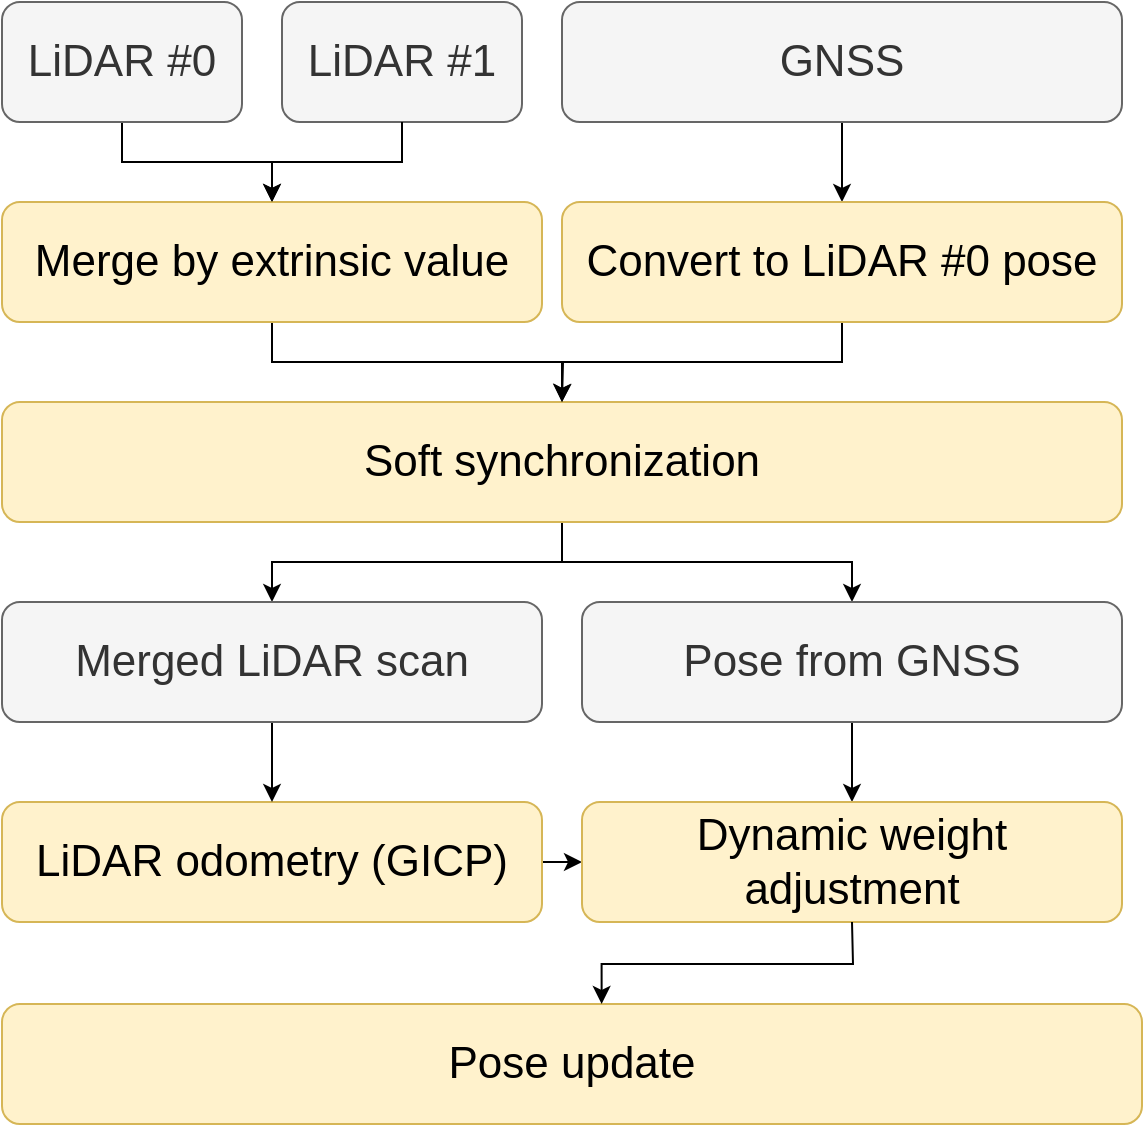
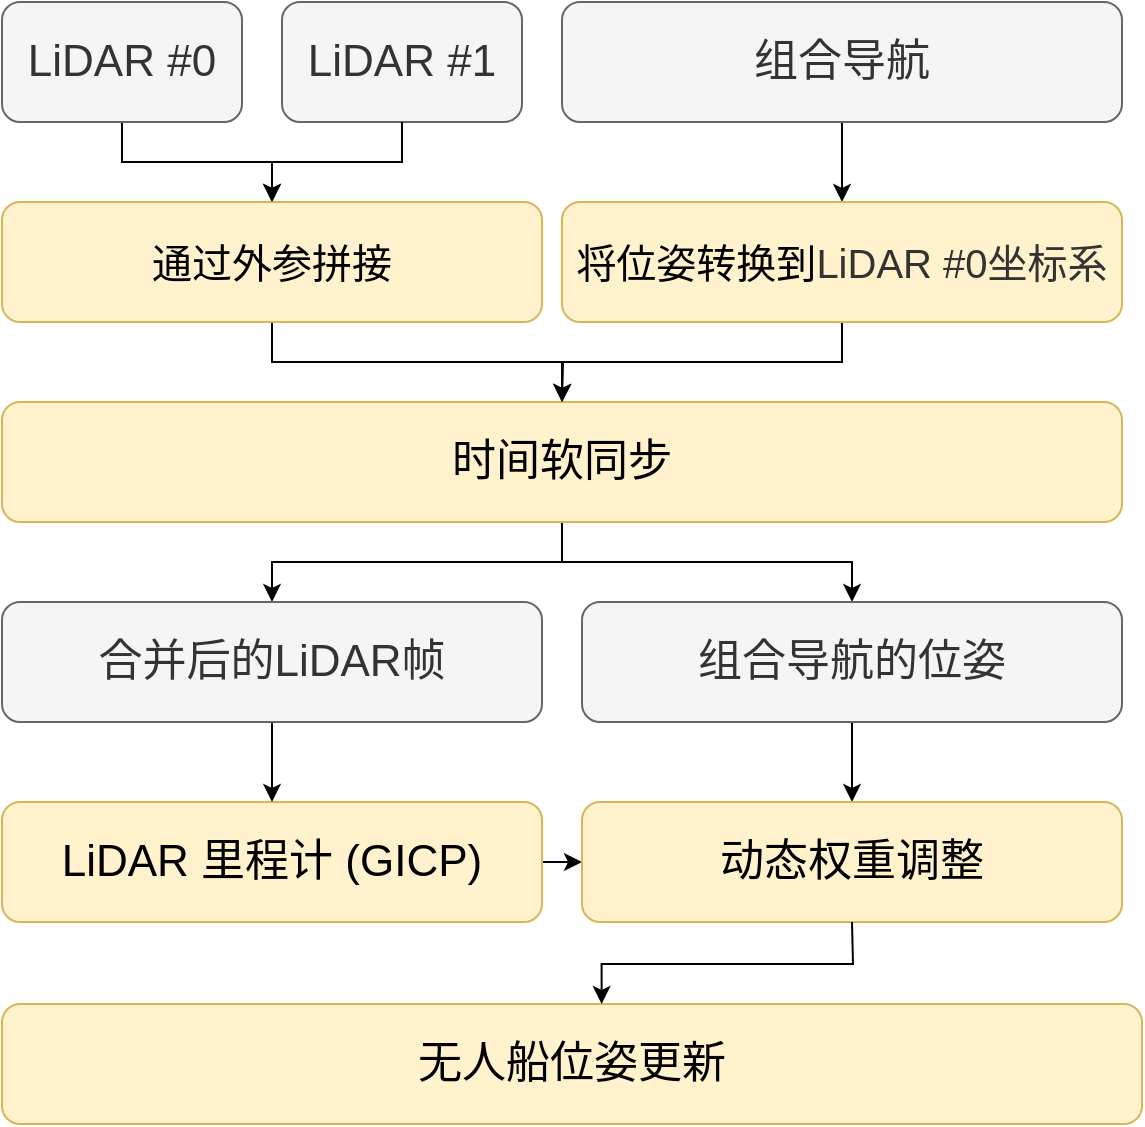
- <mxfile host="app.diagrams.net">
-   <diagram name="第 1 页" id="GrInEQpyE_PkfXCi8ywb">
-     <mxGraphModel dx="873" dy="671" grid="1" gridSize="10" guides="1" tooltips="1" connect="1" arrows="1" fold="1" page="1" pageScale="1" pageWidth="827" pageHeight="1169" math="0" shadow="0">
-       <root>
-         <mxCell id="0" />
-         <mxCell id="1" parent="0" />
-         <mxCell id="2czBMnInTwCcMh3hezJp-14" edge="1" parent="1" source="2czBMnInTwCcMh3hezJp-1" style="edgeStyle=orthogonalEdgeStyle;rounded=0;orthogonalLoop=1;jettySize=auto;html=1;exitX=0.5;exitY=1;exitDx=0;exitDy=0;entryX=0.5;entryY=0;entryDx=0;entryDy=0;" target="2czBMnInTwCcMh3hezJp-6">
-           <mxGeometry relative="1" as="geometry" />
-         </mxCell>
-         <mxCell id="2czBMnInTwCcMh3hezJp-1" parent="1" style="rounded=1;whiteSpace=wrap;html=1;fillColor=#f5f5f5;strokeColor=#666666;fontColor=#333333;" value="&lt;font style=&quot;font-size: 22px;&quot;&gt;LiDAR #0&lt;/font&gt;" vertex="1">
-           <mxGeometry height="60" width="120" x="50" y="100" as="geometry" />
-         </mxCell>
-         <mxCell id="2czBMnInTwCcMh3hezJp-2" parent="1" style="rounded=1;whiteSpace=wrap;html=1;fillColor=#f5f5f5;strokeColor=#666666;fontColor=#333333;" value="&lt;font style=&quot;font-size: 22px;&quot;&gt;LiDAR #1&lt;/font&gt;" vertex="1">
-           <mxGeometry height="60" width="120" x="190" y="100" as="geometry" />
-         </mxCell>
-         <mxCell id="2czBMnInTwCcMh3hezJp-16" edge="1" parent="1" source="2czBMnInTwCcMh3hezJp-3" style="edgeStyle=orthogonalEdgeStyle;rounded=0;orthogonalLoop=1;jettySize=auto;html=1;exitX=0.5;exitY=1;exitDx=0;exitDy=0;entryX=0.5;entryY=0;entryDx=0;entryDy=0;" target="2czBMnInTwCcMh3hezJp-5">
-           <mxGeometry relative="1" as="geometry" />
-         </mxCell>
-         <mxCell id="2czBMnInTwCcMh3hezJp-3" parent="1" style="rounded=1;whiteSpace=wrap;html=1;fillColor=#f5f5f5;fontColor=#333333;strokeColor=#666666;" value="&lt;font style=&quot;font-size: 22px;&quot;&gt;GNSS&lt;/font&gt;" vertex="1">
-           <mxGeometry height="60" width="280" x="330" y="100" as="geometry" />
-         </mxCell>
-         <mxCell id="2czBMnInTwCcMh3hezJp-19" edge="1" parent="1" source="2czBMnInTwCcMh3hezJp-4" style="edgeStyle=orthogonalEdgeStyle;rounded=0;orthogonalLoop=1;jettySize=auto;html=1;exitX=0.5;exitY=1;exitDx=0;exitDy=0;entryX=0.5;entryY=0;entryDx=0;entryDy=0;" target="2czBMnInTwCcMh3hezJp-12">
-           <mxGeometry relative="1" as="geometry" />
-         </mxCell>
-         <mxCell id="2czBMnInTwCcMh3hezJp-20" edge="1" parent="1" source="2czBMnInTwCcMh3hezJp-4" style="edgeStyle=orthogonalEdgeStyle;rounded=0;orthogonalLoop=1;jettySize=auto;html=1;exitX=0.5;exitY=1;exitDx=0;exitDy=0;entryX=0.5;entryY=0;entryDx=0;entryDy=0;" target="2czBMnInTwCcMh3hezJp-13">
-           <mxGeometry relative="1" as="geometry" />
-         </mxCell>
-         <mxCell id="2czBMnInTwCcMh3hezJp-4" parent="1" style="rounded=1;whiteSpace=wrap;html=1;fillColor=#fff2cc;strokeColor=#d6b656;" value="&lt;font style=&quot;font-size: 22px;&quot;&gt;Soft synchronization&lt;/font&gt;" vertex="1">
-           <mxGeometry height="60" width="560" x="50" y="300" as="geometry" />
-         </mxCell>
-         <mxCell id="2czBMnInTwCcMh3hezJp-17" edge="1" parent="1" source="2czBMnInTwCcMh3hezJp-5" style="edgeStyle=orthogonalEdgeStyle;rounded=0;orthogonalLoop=1;jettySize=auto;html=1;exitX=0.5;exitY=1;exitDx=0;exitDy=0;entryX=0.5;entryY=0;entryDx=0;entryDy=0;" target="2czBMnInTwCcMh3hezJp-4">
-           <mxGeometry relative="1" as="geometry" />
-         </mxCell>
-         <mxCell id="2czBMnInTwCcMh3hezJp-5" parent="1" style="rounded=1;whiteSpace=wrap;html=1;fillColor=#fff2cc;strokeColor=#d6b656;" value="&lt;span style=&quot;font-size: 22px;&quot;&gt;Convert to LiDAR #0 pose&lt;/span&gt;" vertex="1">
-           <mxGeometry height="60" width="280" x="330" y="200" as="geometry" />
-         </mxCell>
-         <mxCell id="2czBMnInTwCcMh3hezJp-18" edge="1" parent="1" source="2czBMnInTwCcMh3hezJp-6" style="edgeStyle=orthogonalEdgeStyle;rounded=0;orthogonalLoop=1;jettySize=auto;html=1;exitX=0.5;exitY=1;exitDx=0;exitDy=0;">
-           <mxGeometry relative="1" as="geometry">
-             <mxPoint x="329.9999999999999" y="300" as="targetPoint" />
-           </mxGeometry>
-         </mxCell>
-         <mxCell id="2czBMnInTwCcMh3hezJp-6" parent="1" style="rounded=1;whiteSpace=wrap;html=1;fillColor=#fff2cc;strokeColor=#d6b656;" value="&lt;font style=&quot;font-size: 22px;&quot;&gt;Merge by extrinsic value&lt;/font&gt;" vertex="1">
-           <mxGeometry height="60" width="270" x="50" y="200" as="geometry" />
-         </mxCell>
-         <mxCell id="2czBMnInTwCcMh3hezJp-25" edge="1" parent="1" source="2czBMnInTwCcMh3hezJp-7" style="edgeStyle=orthogonalEdgeStyle;rounded=0;orthogonalLoop=1;jettySize=auto;html=1;exitX=1;exitY=0.5;exitDx=0;exitDy=0;entryX=0;entryY=0.5;entryDx=0;entryDy=0;" target="2czBMnInTwCcMh3hezJp-22">
-           <mxGeometry relative="1" as="geometry" />
-         </mxCell>
-         <mxCell id="2czBMnInTwCcMh3hezJp-7" parent="1" style="rounded=1;whiteSpace=wrap;html=1;fillColor=#fff2cc;strokeColor=#d6b656;" value="&lt;span style=&quot;font-size: 22px;&quot;&gt;LiDAR odometry (GICP)&lt;/span&gt;" vertex="1">
-           <mxGeometry height="60" width="270" x="50" y="500" as="geometry" />
-         </mxCell>
-         <mxCell id="2czBMnInTwCcMh3hezJp-8" parent="1" style="rounded=1;whiteSpace=wrap;html=1;fillColor=#fff2cc;strokeColor=#d6b656;" value="&lt;font style=&quot;font-size: 22px;&quot;&gt;Pose update&lt;/font&gt;" vertex="1">
-           <mxGeometry height="60" width="570" x="50" y="601" as="geometry" />
-         </mxCell>
-         <mxCell id="2czBMnInTwCcMh3hezJp-21" edge="1" parent="1" source="2czBMnInTwCcMh3hezJp-12" style="edgeStyle=orthogonalEdgeStyle;rounded=0;orthogonalLoop=1;jettySize=auto;html=1;exitX=0.5;exitY=1;exitDx=0;exitDy=0;entryX=0.5;entryY=0;entryDx=0;entryDy=0;" target="2czBMnInTwCcMh3hezJp-7">
-           <mxGeometry relative="1" as="geometry" />
-         </mxCell>
-         <mxCell id="2czBMnInTwCcMh3hezJp-12" parent="1" style="rounded=1;whiteSpace=wrap;html=1;fillColor=#f5f5f5;fontColor=#333333;strokeColor=#666666;" value="&lt;span style=&quot;font-size: 22px;&quot;&gt;Merged LiDAR scan&lt;/span&gt;" vertex="1">
-           <mxGeometry height="60" width="270" x="50" y="400" as="geometry" />
-         </mxCell>
-         <mxCell id="2czBMnInTwCcMh3hezJp-24" edge="1" parent="1" source="2czBMnInTwCcMh3hezJp-13" style="edgeStyle=orthogonalEdgeStyle;rounded=0;orthogonalLoop=1;jettySize=auto;html=1;exitX=0.5;exitY=1;exitDx=0;exitDy=0;entryX=0.5;entryY=0;entryDx=0;entryDy=0;" target="2czBMnInTwCcMh3hezJp-22">
-           <mxGeometry relative="1" as="geometry" />
-         </mxCell>
-         <mxCell id="2czBMnInTwCcMh3hezJp-13" parent="1" style="rounded=1;whiteSpace=wrap;html=1;fillColor=#f5f5f5;fontColor=#333333;strokeColor=#666666;" value="&lt;span style=&quot;font-size: 22px;&quot;&gt;Pose from GNSS&lt;/span&gt;" vertex="1">
-           <mxGeometry height="60" width="270" x="340" y="400" as="geometry" />
-         </mxCell>
-         <mxCell id="2czBMnInTwCcMh3hezJp-15" edge="1" parent="1" source="2czBMnInTwCcMh3hezJp-2" style="edgeStyle=orthogonalEdgeStyle;rounded=0;orthogonalLoop=1;jettySize=auto;html=1;exitX=0.5;exitY=1;exitDx=0;exitDy=0;" target="2czBMnInTwCcMh3hezJp-6">
-           <mxGeometry relative="1" as="geometry" />
-         </mxCell>
-         <mxCell id="2czBMnInTwCcMh3hezJp-22" parent="1" style="rounded=1;whiteSpace=wrap;html=1;fillColor=#fff2cc;strokeColor=#d6b656;" value="&lt;font style=&quot;font-size: 22px;&quot;&gt;Dynamic weight adjustment&lt;/font&gt;" vertex="1">
-           <mxGeometry height="60" width="270" x="340" y="500" as="geometry" />
-         </mxCell>
-         <mxCell id="2czBMnInTwCcMh3hezJp-26" edge="1" parent="1" style="edgeStyle=orthogonalEdgeStyle;rounded=0;orthogonalLoop=1;jettySize=auto;html=1;entryX=0.526;entryY=0;entryDx=0;entryDy=0;entryPerimeter=0;" target="2czBMnInTwCcMh3hezJp-8">
-           <mxGeometry relative="1" as="geometry">
-             <mxPoint x="475" y="560" as="sourcePoint" />
-           </mxGeometry>
-         </mxCell>
-       </root>
-     </mxGraphModel>
-   </diagram>
- </mxfile>
+ <mxfile host="Electron" modified="2026-05-04T13:28:21.531Z" agent="5.0 (X11; Linux x86_64) AppleWebKit/537.36 (KHTML, like Gecko) draw.io/13.7.9 Chrome/85.0.4183.121 Electron/10.1.3 Safari/537.36" version="13.7.9" etag="hecf1muaaxDcyG0ABRil" type="device"><diagram name="第 1 页" id="GrInEQpyE_PkfXCi8ywb"><mxGraphModel dx="1102" dy="1000" grid="1" gridSize="10" guides="1" tooltips="1" connect="1" arrows="1" fold="1" page="1" pageScale="1" pageWidth="827" pageHeight="1169" math="0" shadow="0"><root><mxCell id="0"/><mxCell id="1" parent="0"/><mxCell id="2czBMnInTwCcMh3hezJp-14" style="edgeStyle=orthogonalEdgeStyle;rounded=0;orthogonalLoop=1;jettySize=auto;html=1;exitX=0.5;exitY=1;exitDx=0;exitDy=0;entryX=0.5;entryY=0;entryDx=0;entryDy=0;" parent="1" source="2czBMnInTwCcMh3hezJp-1" target="2czBMnInTwCcMh3hezJp-6" edge="1"><mxGeometry relative="1" as="geometry"/></mxCell><mxCell id="2czBMnInTwCcMh3hezJp-1" value="&lt;font style=&quot;font-size: 22px;&quot;&gt;LiDAR #0&lt;/font&gt;" style="rounded=1;whiteSpace=wrap;html=1;fillColor=#f5f5f5;strokeColor=#666666;fontColor=#333333;" parent="1" vertex="1"><mxGeometry x="50" y="100" width="120" height="60" as="geometry"/></mxCell><mxCell id="2czBMnInTwCcMh3hezJp-2" value="&lt;font style=&quot;font-size: 22px;&quot;&gt;LiDAR #1&lt;/font&gt;" style="rounded=1;whiteSpace=wrap;html=1;fillColor=#f5f5f5;strokeColor=#666666;fontColor=#333333;" parent="1" vertex="1"><mxGeometry x="190" y="100" width="120" height="60" as="geometry"/></mxCell><mxCell id="2czBMnInTwCcMh3hezJp-16" style="edgeStyle=orthogonalEdgeStyle;rounded=0;orthogonalLoop=1;jettySize=auto;html=1;exitX=0.5;exitY=1;exitDx=0;exitDy=0;entryX=0.5;entryY=0;entryDx=0;entryDy=0;" parent="1" source="2czBMnInTwCcMh3hezJp-3" target="2czBMnInTwCcMh3hezJp-5" edge="1"><mxGeometry relative="1" as="geometry"/></mxCell><mxCell id="2czBMnInTwCcMh3hezJp-3" value="&lt;span style=&quot;font-size: 22px&quot;&gt;组合导航&lt;/span&gt;" style="rounded=1;whiteSpace=wrap;html=1;fillColor=#f5f5f5;fontColor=#333333;strokeColor=#666666;" parent="1" vertex="1"><mxGeometry x="330" y="100" width="280" height="60" as="geometry"/></mxCell><mxCell id="2czBMnInTwCcMh3hezJp-19" style="edgeStyle=orthogonalEdgeStyle;rounded=0;orthogonalLoop=1;jettySize=auto;html=1;exitX=0.5;exitY=1;exitDx=0;exitDy=0;entryX=0.5;entryY=0;entryDx=0;entryDy=0;" parent="1" source="2czBMnInTwCcMh3hezJp-4" target="2czBMnInTwCcMh3hezJp-12" edge="1"><mxGeometry relative="1" as="geometry"/></mxCell><mxCell id="2czBMnInTwCcMh3hezJp-20" style="edgeStyle=orthogonalEdgeStyle;rounded=0;orthogonalLoop=1;jettySize=auto;html=1;exitX=0.5;exitY=1;exitDx=0;exitDy=0;entryX=0.5;entryY=0;entryDx=0;entryDy=0;" parent="1" source="2czBMnInTwCcMh3hezJp-4" target="2czBMnInTwCcMh3hezJp-13" edge="1"><mxGeometry relative="1" as="geometry"/></mxCell><mxCell id="2czBMnInTwCcMh3hezJp-4" value="&lt;font style=&quot;font-size: 22px&quot;&gt;时间软同步&lt;/font&gt;" style="rounded=1;whiteSpace=wrap;html=1;fillColor=#fff2cc;strokeColor=#d6b656;" parent="1" vertex="1"><mxGeometry x="50" y="300" width="560" height="60" as="geometry"/></mxCell><mxCell id="2czBMnInTwCcMh3hezJp-17" style="edgeStyle=orthogonalEdgeStyle;rounded=0;orthogonalLoop=1;jettySize=auto;html=1;exitX=0.5;exitY=1;exitDx=0;exitDy=0;entryX=0.5;entryY=0;entryDx=0;entryDy=0;" parent="1" source="2czBMnInTwCcMh3hezJp-5" target="2czBMnInTwCcMh3hezJp-4" edge="1"><mxGeometry relative="1" as="geometry"/></mxCell><mxCell id="2czBMnInTwCcMh3hezJp-5" value="&lt;font style=&quot;font-size: 20px&quot;&gt;将位姿转换到&lt;span style=&quot;color: rgb(51 , 51 , 51)&quot;&gt;LiDAR #0坐标系&lt;/span&gt;&lt;/font&gt;" style="rounded=1;whiteSpace=wrap;html=1;fillColor=#fff2cc;strokeColor=#d6b656;" parent="1" vertex="1"><mxGeometry x="330" y="200" width="280" height="60" as="geometry"/></mxCell><mxCell id="2czBMnInTwCcMh3hezJp-18" style="edgeStyle=orthogonalEdgeStyle;rounded=0;orthogonalLoop=1;jettySize=auto;html=1;exitX=0.5;exitY=1;exitDx=0;exitDy=0;" parent="1" source="2czBMnInTwCcMh3hezJp-6" edge="1"><mxGeometry relative="1" as="geometry"><mxPoint x="329.9999999999999" y="300" as="targetPoint"/></mxGeometry></mxCell><mxCell id="2czBMnInTwCcMh3hezJp-6" value="&lt;font style=&quot;font-size: 20px&quot;&gt;通过外参拼接&lt;/font&gt;" style="rounded=1;whiteSpace=wrap;html=1;fillColor=#fff2cc;strokeColor=#d6b656;" parent="1" vertex="1"><mxGeometry x="50" y="200" width="270" height="60" as="geometry"/></mxCell><mxCell id="2czBMnInTwCcMh3hezJp-25" style="edgeStyle=orthogonalEdgeStyle;rounded=0;orthogonalLoop=1;jettySize=auto;html=1;exitX=1;exitY=0.5;exitDx=0;exitDy=0;entryX=0;entryY=0.5;entryDx=0;entryDy=0;" parent="1" source="2czBMnInTwCcMh3hezJp-7" target="2czBMnInTwCcMh3hezJp-22" edge="1"><mxGeometry relative="1" as="geometry"/></mxCell><mxCell id="2czBMnInTwCcMh3hezJp-7" value="&lt;span style=&quot;font-size: 22px&quot;&gt;LiDAR 里程计 (GICP)&lt;/span&gt;" style="rounded=1;whiteSpace=wrap;html=1;fillColor=#fff2cc;strokeColor=#d6b656;" parent="1" vertex="1"><mxGeometry x="50" y="500" width="270" height="60" as="geometry"/></mxCell><mxCell id="2czBMnInTwCcMh3hezJp-8" value="&lt;font style=&quot;font-size: 22px&quot;&gt;无人船位姿更新&lt;/font&gt;" style="rounded=1;whiteSpace=wrap;html=1;fillColor=#fff2cc;strokeColor=#d6b656;" parent="1" vertex="1"><mxGeometry x="50" y="601" width="570" height="60" as="geometry"/></mxCell><mxCell id="2czBMnInTwCcMh3hezJp-21" style="edgeStyle=orthogonalEdgeStyle;rounded=0;orthogonalLoop=1;jettySize=auto;html=1;exitX=0.5;exitY=1;exitDx=0;exitDy=0;entryX=0.5;entryY=0;entryDx=0;entryDy=0;" parent="1" source="2czBMnInTwCcMh3hezJp-12" target="2czBMnInTwCcMh3hezJp-7" edge="1"><mxGeometry relative="1" as="geometry"/></mxCell><mxCell id="2czBMnInTwCcMh3hezJp-12" value="&lt;span style=&quot;font-size: 22px&quot;&gt;合并后的LiDAR帧&lt;/span&gt;" style="rounded=1;whiteSpace=wrap;html=1;fillColor=#f5f5f5;fontColor=#333333;strokeColor=#666666;" parent="1" vertex="1"><mxGeometry x="50" y="400" width="270" height="60" as="geometry"/></mxCell><mxCell id="2czBMnInTwCcMh3hezJp-24" style="edgeStyle=orthogonalEdgeStyle;rounded=0;orthogonalLoop=1;jettySize=auto;html=1;exitX=0.5;exitY=1;exitDx=0;exitDy=0;entryX=0.5;entryY=0;entryDx=0;entryDy=0;" parent="1" source="2czBMnInTwCcMh3hezJp-13" target="2czBMnInTwCcMh3hezJp-22" edge="1"><mxGeometry relative="1" as="geometry"/></mxCell><mxCell id="2czBMnInTwCcMh3hezJp-13" value="&lt;span style=&quot;font-size: 22px&quot;&gt;组合导航的位姿&lt;/span&gt;" style="rounded=1;whiteSpace=wrap;html=1;fillColor=#f5f5f5;fontColor=#333333;strokeColor=#666666;" parent="1" vertex="1"><mxGeometry x="340" y="400" width="270" height="60" as="geometry"/></mxCell><mxCell id="2czBMnInTwCcMh3hezJp-15" style="edgeStyle=orthogonalEdgeStyle;rounded=0;orthogonalLoop=1;jettySize=auto;html=1;exitX=0.5;exitY=1;exitDx=0;exitDy=0;" parent="1" source="2czBMnInTwCcMh3hezJp-2" target="2czBMnInTwCcMh3hezJp-6" edge="1"><mxGeometry relative="1" as="geometry"/></mxCell><mxCell id="2czBMnInTwCcMh3hezJp-22" value="&lt;span style=&quot;font-size: 22px&quot;&gt;动态权重调整&lt;/span&gt;" style="rounded=1;whiteSpace=wrap;html=1;fillColor=#fff2cc;strokeColor=#d6b656;" parent="1" vertex="1"><mxGeometry x="340" y="500" width="270" height="60" as="geometry"/></mxCell><mxCell id="2czBMnInTwCcMh3hezJp-26" style="edgeStyle=orthogonalEdgeStyle;rounded=0;orthogonalLoop=1;jettySize=auto;html=1;entryX=0.526;entryY=0;entryDx=0;entryDy=0;entryPerimeter=0;" parent="1" target="2czBMnInTwCcMh3hezJp-8" edge="1"><mxGeometry relative="1" as="geometry"><mxPoint x="475" y="560" as="sourcePoint"/></mxGeometry></mxCell></root></mxGraphModel></diagram></mxfile>